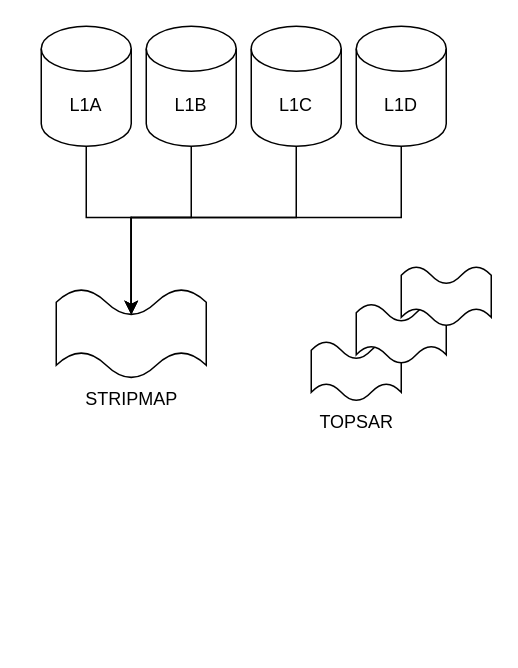
Above: sup_saocom_processing.drawio in kautlenbachs/bulpp_diagrams (draw.io), before the change. Source tidied: cells renumbered, new cells numbered last; positions are measured from the earlier drawing's top-left corner, leaving out a move shared by most shapes. Both pictures are drawn from the tidied source at 150%, with x=0, y=0 at pixel (40, 26).
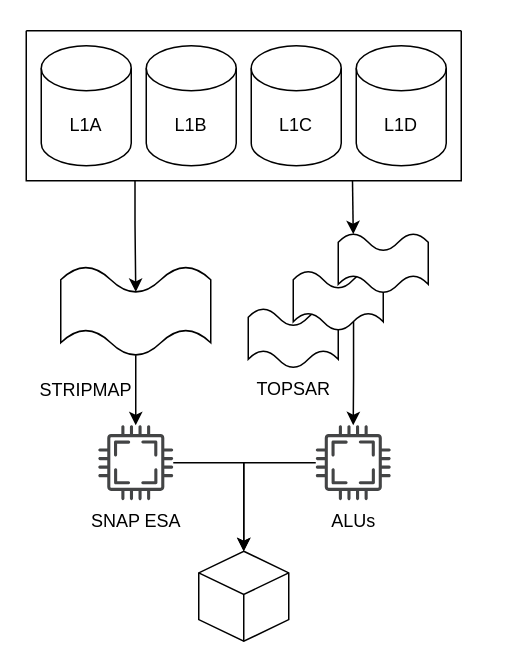
The same page after the edit.

The edit, as a diff of the source:
```diff
@@
     <mxCell id="2" value="L1A" style="shape=cylinder3;whiteSpace=wrap;html=1;boundedLbl=1;backgroundOutline=1;size=15;" parent="1" vertex="1">
-      <mxGeometry width="60" height="80" as="geometry" />
+      <mxGeometry y="13" width="60" height="80" as="geometry" />
     </mxCell>
     <mxCell id="3" value="L1B" style="shape=cylinder3;whiteSpace=wrap;html=1;boundedLbl=1;backgroundOutline=1;size=15;" parent="1" vertex="1">
-      <mxGeometry x="70" width="60" height="80" as="geometry" />
+      <mxGeometry x="70" y="13" width="60" height="80" as="geometry" />
     </mxCell>
     <mxCell id="4" value="L1C" style="shape=cylinder3;whiteSpace=wrap;html=1;boundedLbl=1;backgroundOutline=1;size=15;" parent="1" vertex="1">
-      <mxGeometry x="140" width="60" height="80" as="geometry" />
+      <mxGeometry x="140" y="13" width="60" height="80" as="geometry" />
     </mxCell>
     <mxCell id="5" value="L1D" style="shape=cylinder3;whiteSpace=wrap;html=1;boundedLbl=1;backgroundOutline=1;size=15;" parent="1" vertex="1">
-      <mxGeometry x="210" width="60" height="80" as="geometry" />
+      <mxGeometry x="210" y="13" width="60" height="80" as="geometry" />
     </mxCell>
+    <mxCell id="14" style="edgeStyle=orthogonalEdgeStyle;rounded=0;jettySize=auto;html=1;exitX=0;exitY=0;exitDx=50;exitDy=59.28;exitPerimeter=0;" parent="1" edge="1" source="6" target="19">
+      <mxGeometry relative="1" as="geometry" />
+    </mxCell>
-    <mxCell id="6" value="&lt;div&gt;STRIPMAP&lt;/div&gt;" style="verticalLabelPosition=bottom;verticalAlign=top;html=1;shape=mxgraph.basic.wave2;dy=0.3;" parent="1" vertex="1">
-      <mxGeometry x="10" y="175" width="100" height="60" as="geometry" />
+    <mxCell id="6" style="verticalLabelPosition=bottom;verticalAlign=top;html=1;shape=mxgraph.basic.wave2;dy=0.3;" parent="1" vertex="1">
+      <mxGeometry x="13" y="160" width="100" height="60" as="geometry" />
     </mxCell>
-    <mxCell id="7" style="edgeStyle=orthogonalEdgeStyle;rounded=0;jettySize=auto;html=1;exitX=0.5;exitY=1;exitDx=0;exitDy=0;exitPerimeter=0;entryX=0;entryY=0;entryDx=50;entryDy=17.099999999999998;entryPerimeter=0;" parent="1" edge="1" source="2" target="6">
-      <mxGeometry relative="1" as="geometry" />
-    </mxCell>
-    <mxCell id="8" style="edgeStyle=orthogonalEdgeStyle;rounded=0;jettySize=auto;html=1;exitX=0.5;exitY=1;exitDx=0;exitDy=0;exitPerimeter=0;entryX=0;entryY=0;entryDx=50;entryDy=17.099999999999998;entryPerimeter=0;" parent="1" edge="1" source="3" target="6">
-      <mxGeometry relative="1" as="geometry" />
-    </mxCell>
-    <mxCell id="9" style="edgeStyle=orthogonalEdgeStyle;rounded=0;jettySize=auto;html=1;exitX=0.5;exitY=1;exitDx=0;exitDy=0;exitPerimeter=0;entryX=0;entryY=0;entryDx=50;entryDy=17.099999999999998;entryPerimeter=0;" parent="1" edge="1" source="4" target="6">
-      <mxGeometry relative="1" as="geometry" />
-    </mxCell>
-    <mxCell id="10" style="edgeStyle=orthogonalEdgeStyle;rounded=0;jettySize=auto;html=1;exitX=0.5;exitY=1;exitDx=0;exitDy=0;exitPerimeter=0;entryX=0;entryY=0;entryDx=50;entryDy=17.099999999999998;entryPerimeter=0;" parent="1" edge="1" source="5" target="6">
-      <mxGeometry relative="1" as="geometry" />
-    </mxCell>
     <mxCell id="11" value="TOPSAR" style="verticalLabelPosition=bottom;verticalAlign=top;html=1;shape=mxgraph.basic.wave2;dy=0.3;" parent="1" vertex="1">
-      <mxGeometry x="180" y="210" width="60" height="40" as="geometry" />
+      <mxGeometry x="138" y="188" width="60" height="40" as="geometry" />
     </mxCell>
+    <mxCell id="15" style="edgeStyle=orthogonalEdgeStyle;rounded=0;jettySize=auto;html=1;exitX=0;exitY=0;exitDx=40.2;exitDy=34;exitPerimeter=0;" parent="1" edge="1" source="12" target="21">
+      <mxGeometry relative="1" as="geometry" />
+    </mxCell>
     <mxCell id="12" style="verticalLabelPosition=bottom;verticalAlign=top;html=1;shape=mxgraph.basic.wave2;dy=0.3;" parent="1" vertex="1">
-      <mxGeometry x="210" y="185" width="60" height="40" as="geometry" />
+      <mxGeometry x="168" y="163" width="60" height="40" as="geometry" />
     </mxCell>
     <mxCell id="13" style="verticalLabelPosition=bottom;verticalAlign=top;html=1;shape=mxgraph.basic.wave2;dy=0.3;" parent="1" vertex="1">
-      <mxGeometry x="240" y="160" width="60" height="40" as="geometry" />
+      <mxGeometry x="198" y="138" width="60" height="40" as="geometry" />
     </mxCell>
+    <mxCell id="16" style="swimlane;startSize=0;" parent="1" vertex="1">
+      <mxGeometry x="-10" y="3" width="290" height="100" as="geometry" />
+    </mxCell>
+    <mxCell id="17" style="edgeStyle=orthogonalEdgeStyle;rounded=0;jettySize=auto;html=1;exitX=0.25;exitY=1;exitDx=0;exitDy=0;entryX=0;entryY=0;entryDx=50;entryDy=17.099999999999998;entryPerimeter=0;" parent="1" edge="1" source="16" target="6">
+      <mxGeometry relative="1" as="geometry" />
+    </mxCell>
+    <mxCell id="18" style="edgeStyle=orthogonalEdgeStyle;rounded=0;jettySize=auto;html=1;exitX=0.75;exitY=1;exitDx=0;exitDy=0;entryX=0;entryY=0;entryDx=10;entryDy=0.6;entryPerimeter=0;" parent="1" edge="1" source="16" target="13">
+      <mxGeometry relative="1" as="geometry" />
+    </mxCell>
+    <mxCell id="19" value="SNAP ESA" style="sketch=0;shadow=0;dashed=0;html=1;strokeColor=none;fillColor=#434445;labelPosition=center;verticalLabelPosition=bottom;verticalAlign=top;align=center;outlineConnect=0;shape=mxgraph.vvd.cpu;" parent="1" vertex="1">
+      <mxGeometry x="38" y="266" width="50" height="50" as="geometry" />
+    </mxCell>
+    <mxCell id="20" style="edgeStyle=orthogonalEdgeStyle;rounded=0;jettySize=auto;html=1;" parent="1" edge="1" source="21" target="23">
+      <mxGeometry relative="1" as="geometry" />
+    </mxCell>
+    <mxCell id="21" value="ALUs" style="sketch=0;shadow=0;dashed=0;html=1;strokeColor=none;fillColor=#434445;labelPosition=center;verticalLabelPosition=bottom;verticalAlign=top;align=center;outlineConnect=0;shape=mxgraph.vvd.cpu;" parent="1" vertex="1">
+      <mxGeometry x="183" y="266" width="50" height="50" as="geometry" />
+    </mxCell>
+    <mxCell id="22" value="&lt;div&gt;STRIPMAP&lt;/div&gt;" style="text;html=1;strokeColor=none;fillColor=none;align=center;verticalAlign=middle;whiteSpace=wrap;rounded=0;" parent="1" vertex="1">
+      <mxGeometry y="228" width="60" height="30" as="geometry" />
+    </mxCell>
+    <mxCell id="23" style="html=1;shape=mxgraph.basic.isocube;isoAngle=15;" parent="1" vertex="1">
+      <mxGeometry x="105" y="350" width="60" height="60" as="geometry" />
+    </mxCell>
+    <mxCell id="24" style="edgeStyle=orthogonalEdgeStyle;rounded=0;jettySize=auto;html=1;entryX=0.5;entryY=0;entryDx=0;entryDy=0;entryPerimeter=0;" parent="1" edge="1" source="19" target="23">
+      <mxGeometry relative="1" as="geometry" />
+    </mxCell>
```
